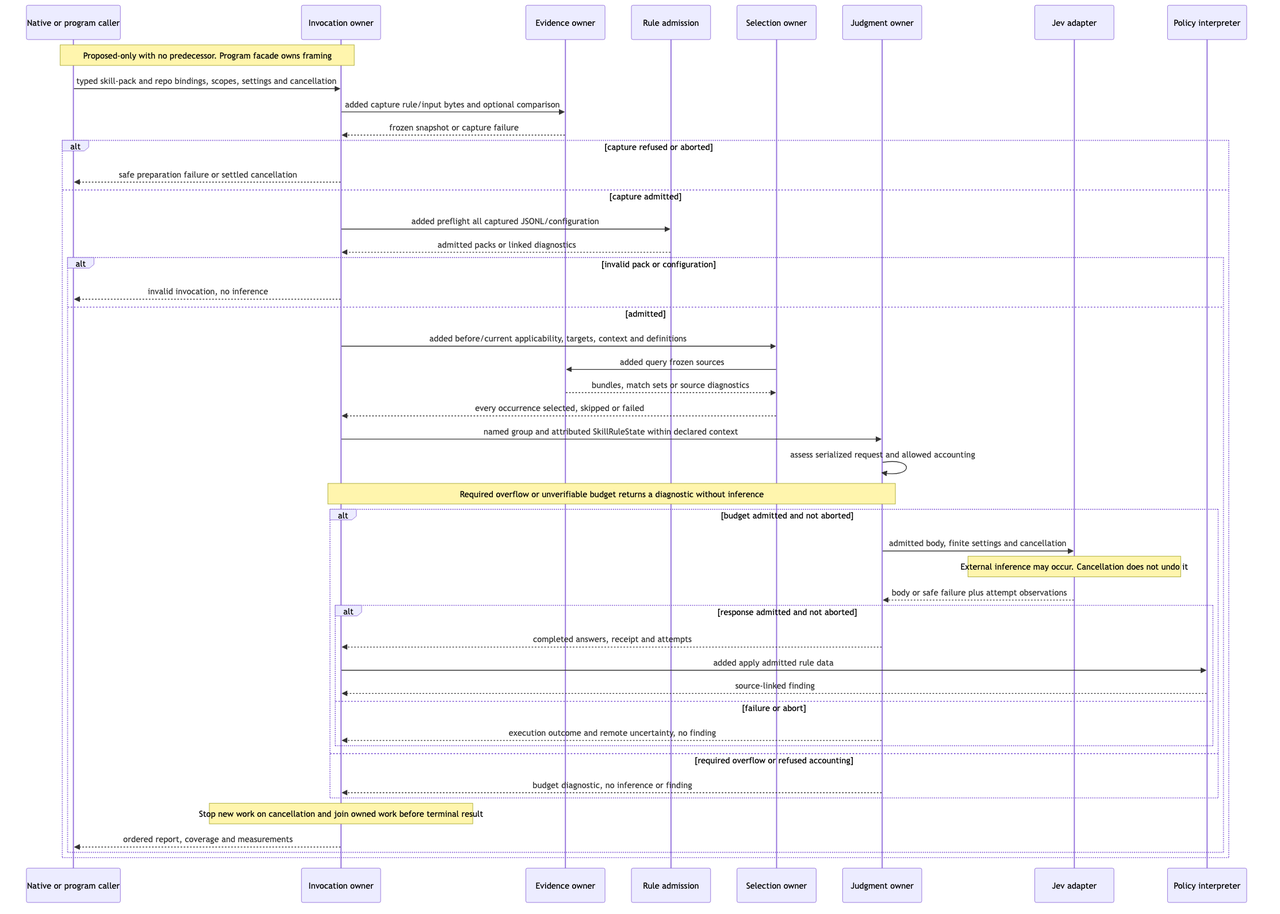
Earlier version of the Mermaid export docs/specs/2026-10-12-rust-rule-engine/assets/execution-sequence.png (ShravanSunder/sunstack-tools). Its source is kept beside it as docs/specs/2026-10-12-rust-rule-engine/assets/execution-sequence.mmd.
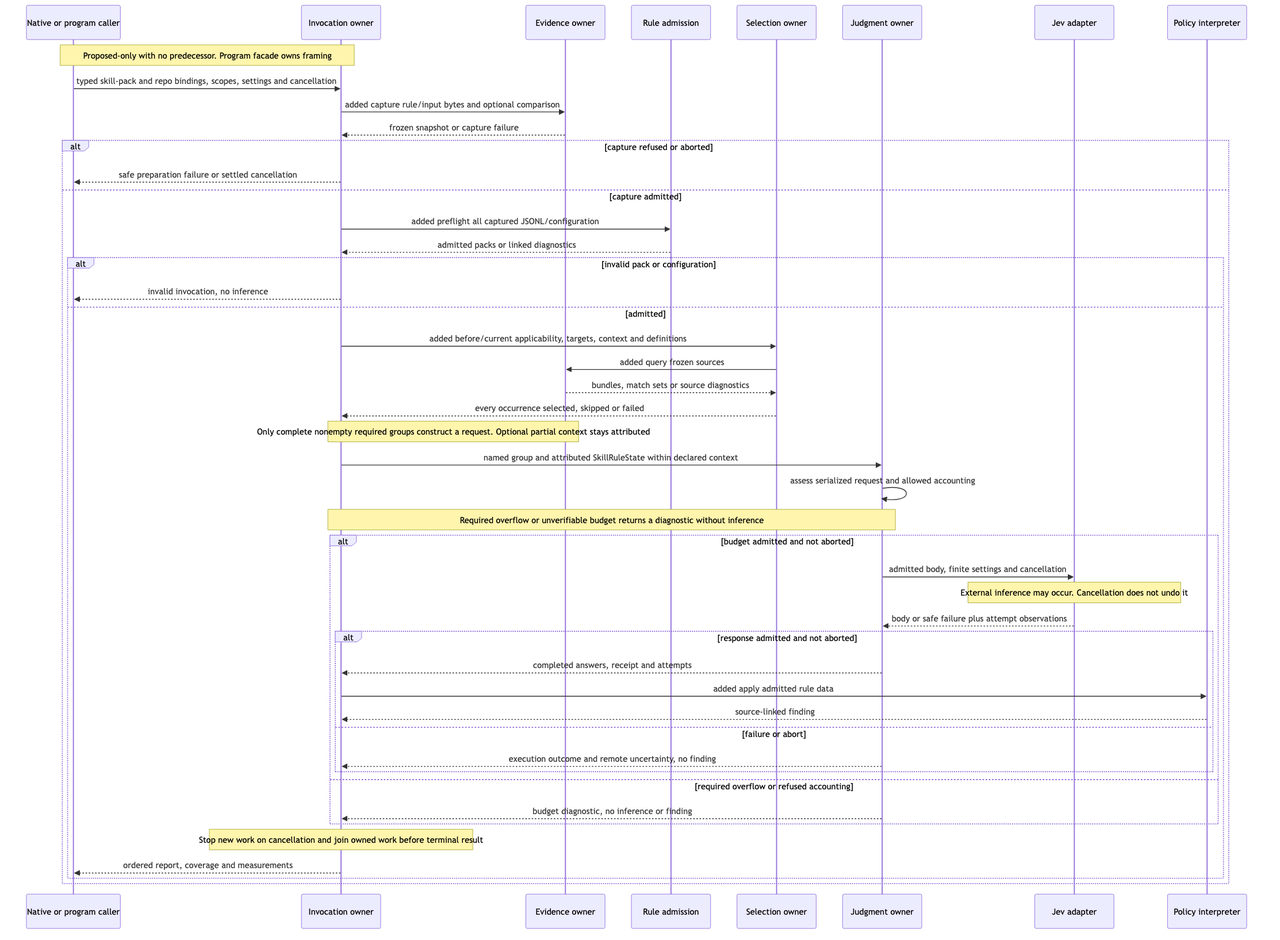
After the commit.

The edit, as a diff of the source:
```diff
@@ -23,6 +23,7 @@
       Sel->>Src: added query frozen sources
       Src-->>Sel: bundles, match sets or source diagnostics
       Sel-->>Run: every occurrence selected, skipped or failed
+      Note over Run,Src: Only complete nonempty required groups construct a request. Optional partial context stays attributed
       Run->>Judge: named group and attributed SkillRuleState within declared context
       Judge->>Judge: assess serialized request and allowed accounting
       Note over Judge,Run: Required overflow or unverifiable budget returns a diagnostic without inference
```
